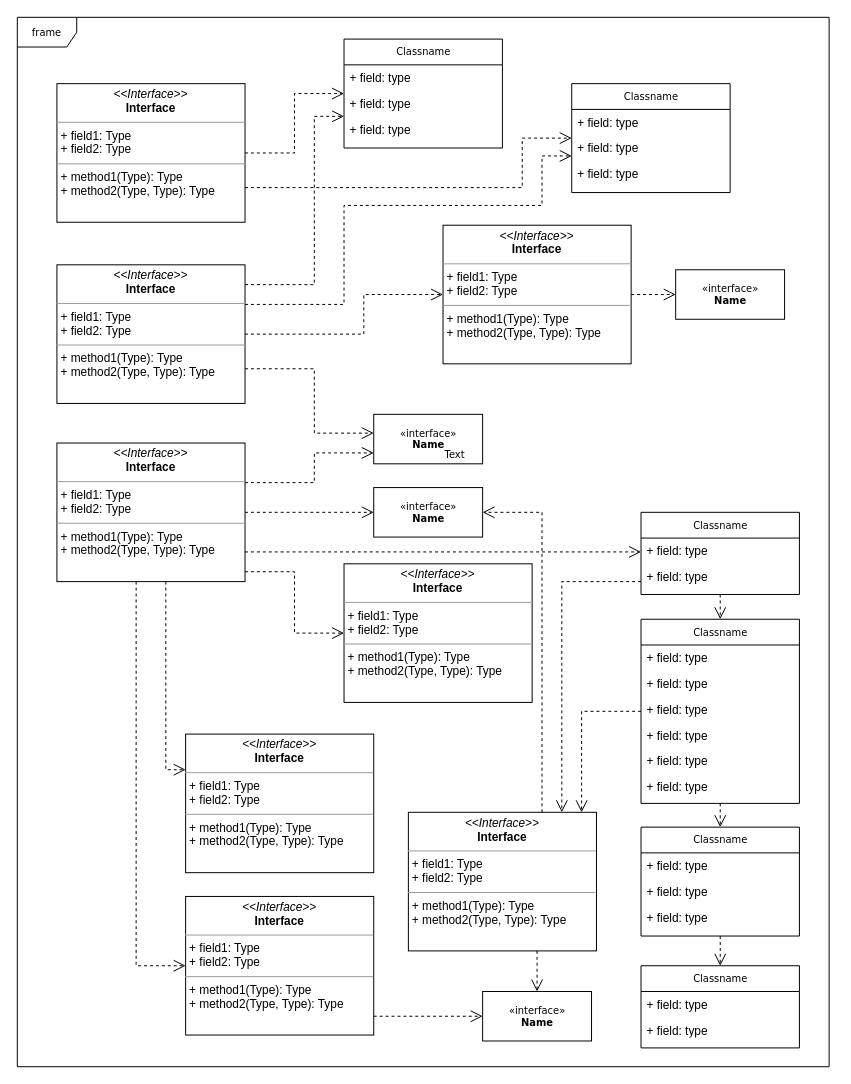
The draw.io diagram ClusterRobot.drawio in LeonWong318/Master-thesis, before the edit. Source tidied: cells renumbered, new cells numbered last; positions are measured from the earlier drawing's top-left corner, leaving out a move shared by most shapes. Both pictures are drawn from the tidied source at 99%, with x=0, y=0 at pixel (17, 17).
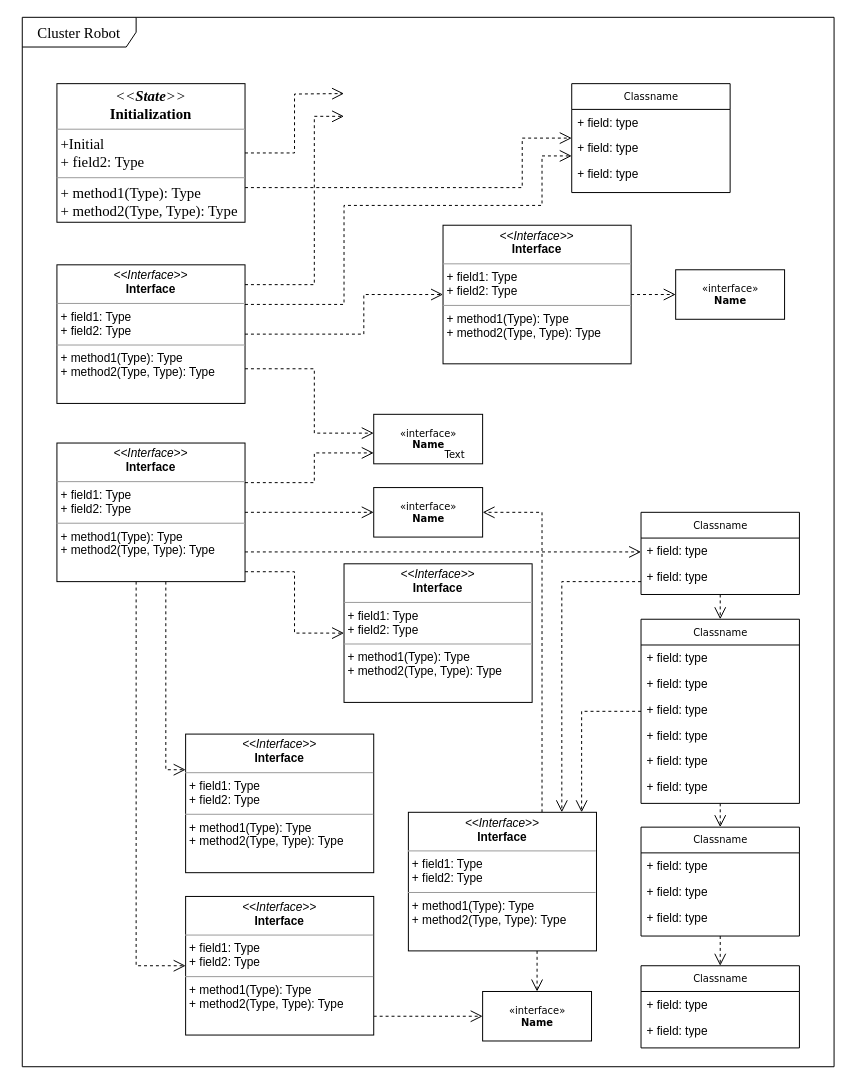
The same page after the edit.

The change refers to these unchanged cells:
```xml
<mxCell id="53" value="&lt;p style=&quot;margin:0px;margin-top:4px;text-align:center;&quot;&gt;&lt;i&gt;&amp;lt;&amp;lt;Interface&amp;gt;&amp;gt;&lt;/i&gt;&lt;br/&gt;&lt;b&gt;Interface&lt;/b&gt;&lt;/p&gt;&lt;hr size=&quot;1&quot;/&gt;&lt;p style=&quot;margin:0px;margin-left:4px;&quot;&gt;+ field1: Type&lt;br/&gt;+ field2: Type&lt;/p&gt;&lt;hr size=&quot;1&quot;/&gt;&lt;p style=&quot;margin:0px;margin-left:4px;&quot;&gt;+ method1(Type): Type&lt;br/&gt;+ method2(Type, Type): Type&lt;/p&gt;" style="verticalAlign=top;align=left;overflow=fill;fontSize=12;fontFamily=Helvetica;html=1;rounded=0;shadow=0;comic=0;labelBackgroundColor=none;strokeWidth=1;" parent="1" vertex="1">
  <mxGeometry x="40" y="250" width="190" height="140" as="geometry" />
</mxCell>
```

Change to the diagram source:
```diff
@@
-    <mxCell id="2" value="frame" style="shape=umlFrame;whiteSpace=wrap;html=1;rounded=0;shadow=0;comic=0;labelBackgroundColor=none;strokeWidth=1;fontFamily=Verdana;fontSize=10;align=center;" parent="1" vertex="1">
-      <mxGeometry width="820" height="1060" as="geometry" />
+    <mxCell id="2" value="&lt;font face=&quot;Times New Roman&quot; style=&quot;font-size: 15px;&quot;&gt;Cluster Robot&lt;/font&gt;" style="shape=umlFrame;whiteSpace=wrap;html=1;rounded=0;shadow=0;comic=0;labelBackgroundColor=none;strokeWidth=1;fontFamily=Verdana;fontSize=10;align=center;width=115;height=30;" parent="1" vertex="1">
+      <mxGeometry x="5" width="820" height="1060" as="geometry" />
     </mxCell>
@@
-    <mxCell id="12" value="Classname" style="swimlane;html=1;fontStyle=0;horizontal=1;startSize=26;fillColor=none;swimlaneFillColor=#ffffff;rounded=0;shadow=0;comic=0;labelBackgroundColor=none;strokeWidth=1;fontFamily=Verdana;fontSize=10;align=center;" parent="1" vertex="1">
-      <mxGeometry x="330" y="22" width="160" height="110" as="geometry" />
-    </mxCell>
-    <mxCell id="13" value="+ field: type" style="text;html=1;strokeColor=none;fillColor=none;align=left;verticalAlign=top;spacingLeft=4;spacingRight=4;whiteSpace=wrap;overflow=hidden;" parent="12" vertex="1">
-      <mxGeometry y="26" width="160" height="26" as="geometry" />
-    </mxCell>
-    <mxCell id="14" value="+ field: type" style="text;html=1;strokeColor=none;fillColor=none;align=left;verticalAlign=top;spacingLeft=4;spacingRight=4;whiteSpace=wrap;overflow=hidden;" parent="12" vertex="1">
-      <mxGeometry y="52" width="160" height="26" as="geometry" />
-    </mxCell>
-    <mxCell id="15" value="+ field: type" style="text;html=1;strokeColor=none;fillColor=none;align=left;verticalAlign=top;spacingLeft=4;spacingRight=4;whiteSpace=wrap;overflow=hidden;" parent="12" vertex="1">
-      <mxGeometry y="78" width="160" height="26" as="geometry" />
-    </mxCell>
@@
-    <mxCell id="46" style="edgeStyle=orthogonalEdgeStyle;rounded=0;html=1;labelBackgroundColor=none;startFill=0;endArrow=open;endFill=0;endSize=10;fontFamily=Verdana;fontSize=10;dashed=1;" parent="1" edge="1" source="48" target="12">
-      <mxGeometry relative="1" as="geometry" />
+    <mxCell id="46" style="edgeStyle=orthogonalEdgeStyle;rounded=0;html=1;labelBackgroundColor=none;startFill=0;endArrow=open;endFill=0;endSize=10;fontFamily=Verdana;fontSize=10;dashed=1;" parent="1" edge="1" source="48">
+      <mxGeometry relative="1" as="geometry">
+        <mxPoint x="330" y="77" as="targetPoint" />
+      </mxGeometry>
     </mxCell>
@@
-    <mxCell id="48" value="&lt;p style=&quot;margin:0px;margin-top:4px;text-align:center;&quot;&gt;&lt;i&gt;&amp;lt;&amp;lt;Interface&amp;gt;&amp;gt;&lt;/i&gt;&lt;br/&gt;&lt;b&gt;Interface&lt;/b&gt;&lt;/p&gt;&lt;hr size=&quot;1&quot;/&gt;&lt;p style=&quot;margin:0px;margin-left:4px;&quot;&gt;+ field1: Type&lt;br/&gt;+ field2: Type&lt;/p&gt;&lt;hr size=&quot;1&quot;/&gt;&lt;p style=&quot;margin:0px;margin-left:4px;&quot;&gt;+ method1(Type): Type&lt;br/&gt;+ method2(Type, Type): Type&lt;/p&gt;" style="verticalAlign=top;align=left;overflow=fill;fontSize=12;fontFamily=Helvetica;html=1;rounded=0;shadow=0;comic=0;labelBackgroundColor=none;strokeWidth=1;" parent="1" vertex="1">
+    <mxCell id="48" value="&lt;p style=&quot;margin:0px;margin-top:4px;text-align:center;&quot;&gt;&lt;font face=&quot;Times New Roman&quot; style=&quot;font-size: 15px;&quot;&gt;&lt;i style=&quot;&quot;&gt;&amp;lt;&amp;lt;&lt;b&gt;State&lt;/b&gt;&amp;gt;&amp;gt;&lt;/i&gt;&lt;br&gt;&lt;b style=&quot;&quot;&gt;Initialization&lt;/b&gt;&lt;/font&gt;&lt;/p&gt;&lt;hr size=&quot;1&quot;&gt;&lt;p style=&quot;margin:0px;margin-left:4px;&quot;&gt;&lt;font face=&quot;Times New Roman&quot; style=&quot;font-size: 15px;&quot;&gt;+Initial&lt;br&gt;+ field2: Type&lt;/font&gt;&lt;/p&gt;&lt;hr size=&quot;1&quot;&gt;&lt;p style=&quot;margin:0px;margin-left:4px;&quot;&gt;&lt;font face=&quot;Times New Roman&quot; style=&quot;font-size: 15px;&quot;&gt;+ method1(Type): Type&lt;br&gt;+ method2(Type, Type): Type&lt;/font&gt;&lt;/p&gt;" style="verticalAlign=top;align=left;overflow=fill;fontSize=12;fontFamily=Helvetica;html=1;rounded=0;shadow=0;comic=0;labelBackgroundColor=none;strokeWidth=1;" parent="1" vertex="1">
       <mxGeometry x="40" y="67" width="190" height="140" as="geometry" />
     </mxCell>
-    <mxCell id="49" style="edgeStyle=orthogonalEdgeStyle;rounded=0;html=1;dashed=1;labelBackgroundColor=none;startFill=0;endArrow=open;endFill=0;endSize=10;fontFamily=Verdana;fontSize=10;" parent="1" edge="1" source="53" target="12">
+    <mxCell id="49" style="edgeStyle=orthogonalEdgeStyle;rounded=0;html=1;dashed=1;labelBackgroundColor=none;startFill=0;endArrow=open;endFill=0;endSize=10;fontFamily=Verdana;fontSize=10;" parent="1" edge="1" source="53">
       <mxGeometry relative="1" as="geometry">
+        <mxPoint x="330" y="100" as="targetPoint" />
         <Array as="points">
           <mxPoint x="300" y="270" />
           <mxPoint x="300" y="100" />
         </Array>
       </mxGeometry>
     </mxCell>
```
